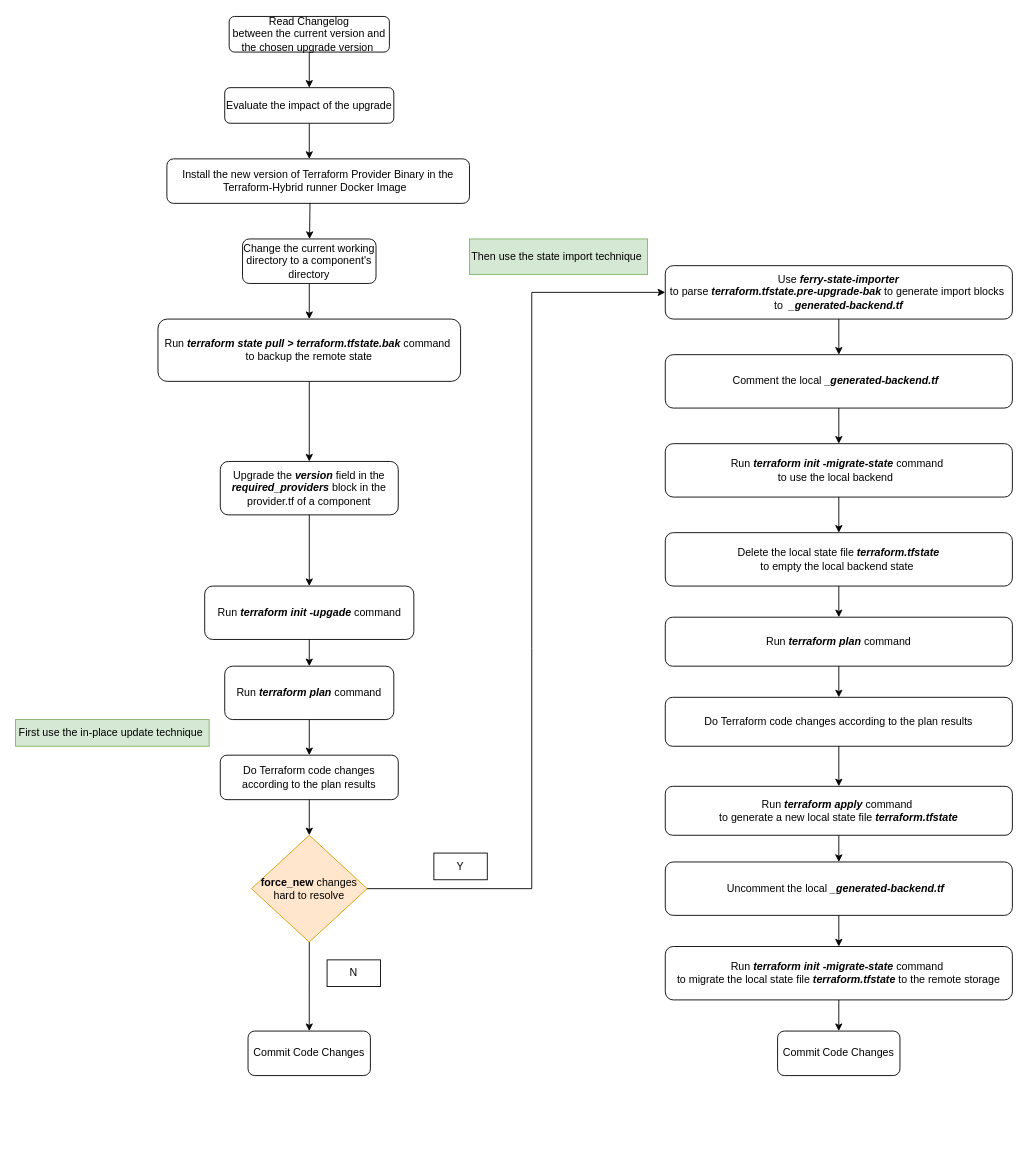
YanshanSong/draw.io keeps this draw.io diagram as page "terraform-providers-upgrade-steps" (4 of 4) of terraform-version-chosen-strategy.drawio. Above is the earlier version. Source tidied: cells renumbered, new cells numbered last; positions are measured from the earlier drawing's top-left corner, leaving out a move shared by most shapes. Both pictures are drawn from the tidied source at 89%, with x=0, y=0 at pixel (15, 16).
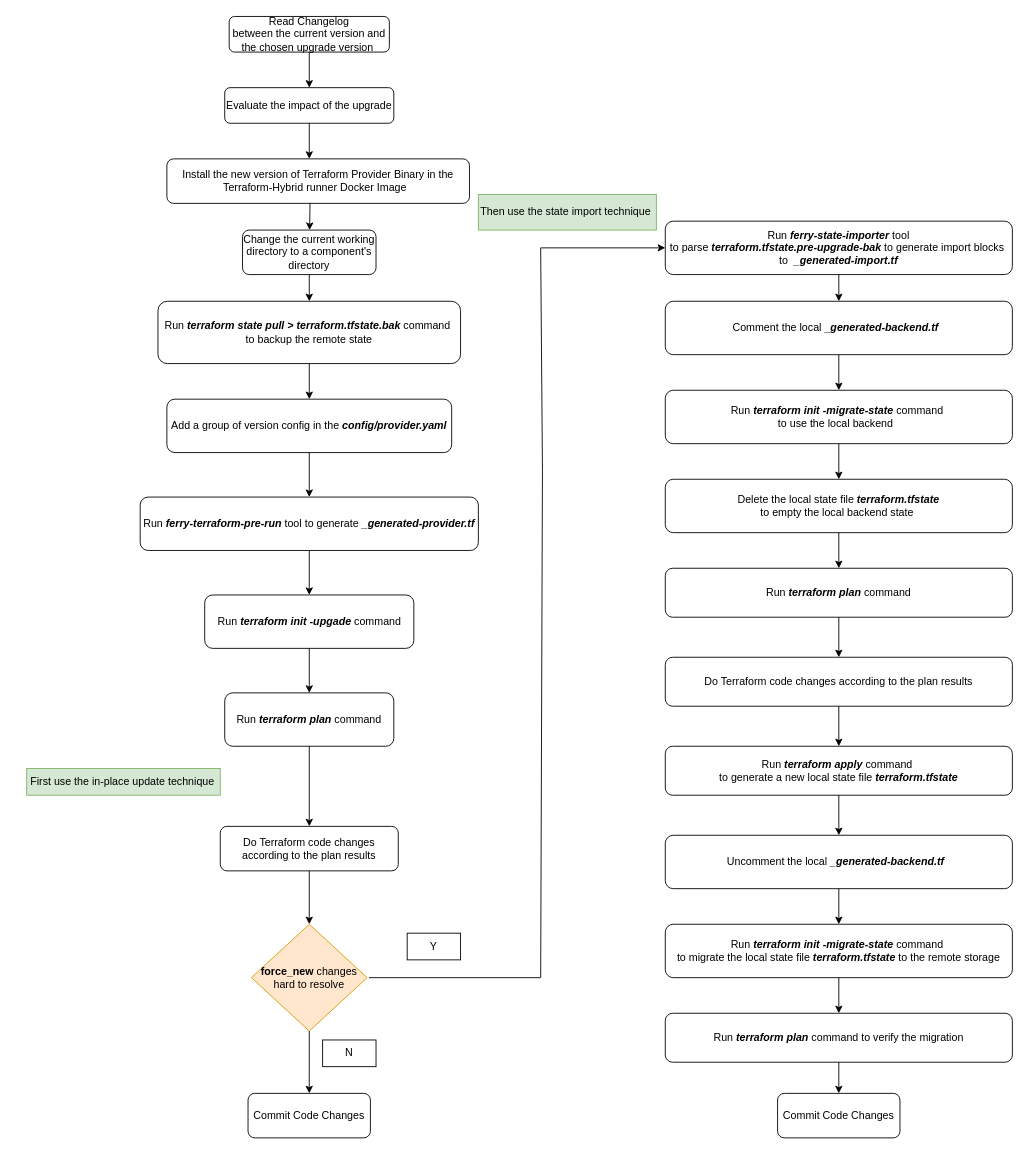
The same diagram, later.

The edit, as a diff of the source:
```diff
@@
-    <mxCell id="4" value="Upgrade the &lt;b&gt;&lt;i&gt;version&lt;/i&gt;&lt;/b&gt;&amp;nbsp;field in the &lt;b&gt;&lt;i&gt;required_providers&lt;/i&gt;&lt;/b&gt; block in the provider.tf of a component" style="rounded=1;whiteSpace=wrap;html=1;" parent="1" vertex="1">
-      <mxGeometry x="230" y="500" width="200" height="60" as="geometry" />
-    </mxCell>
     <mxCell id="5" value="Run &lt;b&gt;&lt;i&gt;terraform plan&lt;/i&gt;&lt;/b&gt; command" style="rounded=1;whiteSpace=wrap;html=1;" parent="1" vertex="1">
-      <mxGeometry x="235" y="730" width="190" height="60" as="geometry" />
+      <mxGeometry x="235" y="760" width="190" height="60" as="geometry" />
     </mxCell>
     <mxCell id="6" value="&lt;b&gt;force_new&lt;/b&gt; changes&lt;div&gt;hard to resolve&lt;/div&gt;" style="rhombus;whiteSpace=wrap;html=1;fillColor=#ffe6cc;strokeColor=#d79b00;" parent="1" vertex="1">
-      <mxGeometry x="265" y="920" width="130" height="120" as="geometry" />
+      <mxGeometry x="265" y="1020" width="130" height="120" as="geometry" />
     </mxCell>
     <mxCell id="7" value="Run &lt;b&gt;&lt;i&gt;terraform init -upgade&lt;/i&gt;&lt;/b&gt;&amp;nbsp;command" style="rounded=1;whiteSpace=wrap;html=1;" parent="1" vertex="1">
-      <mxGeometry x="212.5" y="640" width="235" height="60" as="geometry" />
+      <mxGeometry x="212.5" y="650" width="235" height="60" as="geometry" />
     </mxCell>
     <mxCell id="8" value="Run &lt;i style=&quot;font-weight: bold;&quot;&gt;terraform state pull &amp;gt;&amp;nbsp;terraform.tfstate.bak&amp;nbsp;&lt;/i&gt;command&amp;nbsp;&lt;div&gt;to backup the remote state&lt;/div&gt;" style="rounded=1;whiteSpace=wrap;html=1;" parent="1" vertex="1">
-      <mxGeometry x="160" y="340" width="340" height="70" as="geometry" />
+      <mxGeometry x="160" y="320" width="340" height="70" as="geometry" />
     </mxCell>
     <mxCell id="9" value="Change the current working directory to a component's directory" style="rounded=1;whiteSpace=wrap;html=1;" parent="1" vertex="1">
-      <mxGeometry x="255" y="250" width="150" height="50" as="geometry" />
+      <mxGeometry x="255" y="240" width="150" height="50" as="geometry" />
     </mxCell>
     <mxCell id="10" value="Do Terraform code changes according to the plan results" style="rounded=1;whiteSpace=wrap;html=1;" parent="1" vertex="1">
-      <mxGeometry x="230" y="830" width="200" height="50" as="geometry" />
+      <mxGeometry x="230" y="910" width="200" height="50" as="geometry" />
     </mxCell>
     <mxCell id="11" value="Commit Code Changes" style="rounded=1;whiteSpace=wrap;html=1;" parent="1" vertex="1">
-      <mxGeometry x="261.2" y="1140" width="137.5" height="50" as="geometry" />
+      <mxGeometry x="261.2" y="1210" width="137.5" height="50" as="geometry" />
     </mxCell>
     <mxCell id="12" value="Comment the local&amp;nbsp;&lt;b&gt;&lt;i&gt;_generated-backend.tf &lt;/i&gt;&lt;/b&gt;&amp;nbsp;" style="rounded=1;whiteSpace=wrap;html=1;" parent="1" vertex="1">
-      <mxGeometry x="730" y="380" width="390" height="60" as="geometry" />
+      <mxGeometry x="730" y="320" width="390" height="60" as="geometry" />
     </mxCell>
@@
     <mxCell id="14" value="N" style="text;html=1;align=center;verticalAlign=middle;whiteSpace=wrap;rounded=0;fillColor=none;strokeColor=default;" parent="1" vertex="1">
-      <mxGeometry x="350" y="1060" width="60" height="30" as="geometry" />
+      <mxGeometry x="345" y="1150" width="60" height="30" as="geometry" />
     </mxCell>
-    <mxCell id="15" style="endArrow=classic;html=1;rounded=0;exitX=1;exitY=0.5;exitDx=0;exitDy=0;entryX=0;entryY=0.5;entryDx=0;entryDy=0;" parent="1" edge="1" source="6" target="20">
+    <mxCell id="15" style="endArrow=classic;html=1;rounded=0;exitX=1;exitY=0.5;exitDx=0;exitDy=0;entryX=0;entryY=0.5;entryDx=0;entryDy=0;" parent="1" edge="1" target="20">
       <mxGeometry relative="1" as="geometry">
+        <mxPoint x="397" y="1080" as="sourcePoint" />
         <Array as="points">
-          <mxPoint x="580" y="980" />
-          <mxPoint x="580" y="710" />
-          <mxPoint x="580" y="310" />
+          <mxPoint x="590" y="1080" />
+          <mxPoint x="592" y="510" />
+          <mxPoint x="590" y="260" />
         </Array>
       </mxGeometry>
     </mxCell>
     <mxCell id="16" value="Y" style="text;html=1;align=center;verticalAlign=middle;whiteSpace=wrap;rounded=0;fillColor=none;strokeColor=default;" parent="1" vertex="1">
-      <mxGeometry x="470" y="940" width="60" height="30" as="geometry" />
+      <mxGeometry x="440" y="1030" width="60" height="30" as="geometry" />
     </mxCell>
     <mxCell id="17" value="Then use the state import technique&amp;nbsp;" style="text;html=1;align=center;verticalAlign=middle;whiteSpace=wrap;rounded=0;strokeColor=#82b366;fillColor=#d5e8d4;" parent="1" vertex="1">
-      <mxGeometry x="510" y="250" width="200" height="40" as="geometry" />
+      <mxGeometry x="520" y="200" width="200" height="40" as="geometry" />
     </mxCell>
     <mxCell id="18" value="Run &lt;i style=&quot;font-weight: bold;&quot;&gt;terraform init&amp;nbsp;-migrate-state &lt;/i&gt;command&amp;nbsp;&lt;div&gt;to use the local backend&amp;nbsp;&amp;nbsp;&lt;/div&gt;" style="rounded=1;whiteSpace=wrap;html=1;" parent="1" vertex="1">
-      <mxGeometry x="730" y="480" width="390" height="60" as="geometry" />
+      <mxGeometry x="730" y="420" width="390" height="60" as="geometry" />
     </mxCell>
     <mxCell id="19" value="Delete the local state file&amp;nbsp;&lt;i style=&quot;font-weight: bold;&quot;&gt;terraform.tfstate&lt;/i&gt;&lt;div&gt;to empty the local backend state&lt;i style=&quot;font-weight: bold;&quot;&gt;&amp;nbsp;&lt;/i&gt;&lt;/div&gt;" style="rounded=1;whiteSpace=wrap;html=1;" parent="1" vertex="1">
-      <mxGeometry x="730" y="580" width="390" height="60" as="geometry" />
+      <mxGeometry x="730" y="520" width="390" height="60" as="geometry" />
     </mxCell>
-    <mxCell id="20" value="Use&amp;nbsp;&lt;i style=&quot;font-weight: bold;&quot;&gt;ferry-state-importer&lt;/i&gt;&lt;div&gt;to parse&amp;nbsp;&lt;i style=&quot;font-weight: bold;&quot;&gt;terraform.tfstate.pre-upgrade-bak&lt;/i&gt;&amp;nbsp;to generate import blocks&amp;nbsp;&lt;div&gt;to&amp;nbsp;&amp;nbsp;&lt;b&gt;&lt;i&gt;_generated-backend.tf&lt;/i&gt;&lt;/b&gt;&lt;/div&gt;&lt;/div&gt;" style="rounded=1;whiteSpace=wrap;html=1;" parent="1" vertex="1">
-      <mxGeometry x="730" y="280" width="390" height="60" as="geometry" />
+    <mxCell id="20" value="Run&amp;nbsp;&lt;i style=&quot;font-weight: bold;&quot;&gt;ferry-state-importer &lt;/i&gt;tool&lt;div&gt;to parse&amp;nbsp;&lt;i style=&quot;font-weight: bold;&quot;&gt;terraform.tfstate.pre-upgrade-bak&lt;/i&gt;&amp;nbsp;to generate import blocks&amp;nbsp;&lt;div&gt;to&amp;nbsp;&amp;nbsp;&lt;b&gt;&lt;i&gt;_generated-import.tf&lt;/i&gt;&lt;/b&gt;&lt;/div&gt;&lt;/div&gt;" style="rounded=1;whiteSpace=wrap;html=1;" parent="1" vertex="1">
+      <mxGeometry x="730" y="230" width="390" height="60" as="geometry" />
     </mxCell>
     <mxCell id="21" value="First use the in-place update technique&amp;nbsp;" style="text;html=1;align=center;verticalAlign=middle;whiteSpace=wrap;rounded=0;strokeColor=#82b366;fillColor=#d5e8d4;" parent="1" vertex="1">
-      <mxGeometry y="790" width="217.5" height="30" as="geometry" />
+      <mxGeometry x="12.5" y="845" width="217.5" height="30" as="geometry" />
     </mxCell>
     <mxCell id="22" value="&lt;div&gt;Run &lt;b&gt;&lt;i&gt;terraform plan&amp;nbsp;&lt;/i&gt;&lt;/b&gt;command&lt;/div&gt;" style="rounded=1;whiteSpace=wrap;html=1;" parent="1" vertex="1">
-      <mxGeometry x="730" y="675" width="390" height="55" as="geometry" />
+      <mxGeometry x="730" y="620" width="390" height="55" as="geometry" />
     </mxCell>
     <mxCell id="23" value="Uncomment the local&amp;nbsp;&lt;b&gt;&lt;i&gt;_generated-backend.tf&amp;nbsp;&lt;/i&gt;&lt;/b&gt;&amp;nbsp;" style="rounded=1;whiteSpace=wrap;html=1;" parent="1" vertex="1">
-      <mxGeometry x="730" y="950" width="390" height="60" as="geometry" />
+      <mxGeometry x="730" y="920" width="390" height="60" as="geometry" />
     </mxCell>
     <mxCell id="24" value="Run &lt;i style=&quot;font-weight: bold;&quot;&gt;terraform init&amp;nbsp;-migrate-state &lt;/i&gt;command&amp;nbsp;&lt;div&gt;to migrate the local state file&amp;nbsp;&lt;span style=&quot;background-color: initial;&quot;&gt;&lt;i style=&quot;font-weight: bold;&quot;&gt;terraform.tfstate &lt;/i&gt;to the remote storage&lt;/span&gt;&lt;/div&gt;" style="rounded=1;whiteSpace=wrap;html=1;" parent="1" vertex="1">
-      <mxGeometry x="730" y="1045" width="390" height="60" as="geometry" />
+      <mxGeometry x="730" y="1020" width="390" height="60" as="geometry" />
     </mxCell>
     <mxCell id="25" value="Commit Code Changes" style="rounded=1;whiteSpace=wrap;html=1;" parent="1" vertex="1">
-      <mxGeometry x="856.2" y="1140" width="137.5" height="50" as="geometry" />
+      <mxGeometry x="856.2" y="1210" width="137.5" height="50" as="geometry" />
     </mxCell>
@@
-    <mxCell id="30" style="endArrow=classic;html=1;rounded=0;exitX=0.5;exitY=1;exitDx=0;exitDy=0;entryX=0.5;entryY=0;entryDx=0;entryDy=0;" parent="1" edge="1" source="24" target="25">
-      <mxGeometry relative="1" as="geometry" />
-    </mxCell>
     <mxCell id="31" value="&lt;div&gt;Run &lt;b&gt;&lt;i&gt;terraform apply&lt;/i&gt;&lt;/b&gt; command&amp;nbsp;&lt;/div&gt;&lt;div&gt;to generate a new local state file&amp;nbsp;&lt;b&gt;&lt;i&gt;terraform.tfstate&lt;/i&gt;&lt;/b&gt;&lt;/div&gt;" style="rounded=1;whiteSpace=wrap;html=1;" parent="1" vertex="1">
-      <mxGeometry x="730" y="865" width="390" height="55" as="geometry" />
+      <mxGeometry x="730" y="820" width="390" height="55" as="geometry" />
     </mxCell>
     <mxCell id="32" value="Do Terraform code changes according to the plan results" style="rounded=1;whiteSpace=wrap;html=1;" parent="1" vertex="1">
-      <mxGeometry x="730" y="765" width="390" height="55" as="geometry" />
+      <mxGeometry x="730" y="720" width="390" height="55" as="geometry" />
     </mxCell>
@@
-    <mxCell id="36" style="endArrow=classic;html=1;rounded=0;exitX=0.5;exitY=1;exitDx=0;exitDy=0;" parent="1" edge="1" source="8" target="4">
-      <mxGeometry relative="1" as="geometry" />
-    </mxCell>
@@
-    <mxCell id="40" style="endArrow=classic;html=1;rounded=0;exitX=0.5;exitY=1;exitDx=0;exitDy=0;entryX=0.5;entryY=0;entryDx=0;entryDy=0;" parent="1" edge="1" source="4" target="7">
-      <mxGeometry relative="1" as="geometry" />
-    </mxCell>
@@
+    <mxCell id="47" value="Add a group of version config in the &lt;b&gt;&lt;i&gt;config/provider.yaml&lt;/i&gt;&lt;/b&gt;" style="rounded=1;whiteSpace=wrap;html=1;" parent="1" vertex="1">
+      <mxGeometry x="170" y="430" width="320" height="60" as="geometry" />
+    </mxCell>
+    <mxCell id="48" value="Run&amp;nbsp;&lt;i style=&quot;font-weight: bold;&quot;&gt;ferry-terraform-pre-run &lt;/i&gt;tool&lt;i style=&quot;font-weight: bold;&quot;&gt;&amp;nbsp;&lt;/i&gt;to generate &lt;b&gt;&lt;i&gt;_generated-provider.tf&lt;/i&gt;&lt;/b&gt;" style="rounded=1;whiteSpace=wrap;html=1;" parent="1" vertex="1">
+      <mxGeometry x="140" y="540" width="380" height="60" as="geometry" />
+    </mxCell>
+    <mxCell id="49" value="Run &lt;b&gt;&lt;i&gt;terraform plan&lt;/i&gt;&lt;/b&gt;&amp;nbsp;command to verify the migration" style="rounded=1;whiteSpace=wrap;html=1;" parent="1" vertex="1">
+      <mxGeometry x="730" y="1120" width="390" height="55" as="geometry" />
+    </mxCell>
+    <mxCell id="50" style="endArrow=classic;html=1;rounded=0;exitX=0.5;exitY=1;exitDx=0;exitDy=0;" parent="1" edge="1" source="8" target="47">
+      <mxGeometry relative="1" as="geometry" />
+    </mxCell>
+    <mxCell id="51" style="endArrow=classic;html=1;rounded=0;exitX=0.5;exitY=1;exitDx=0;exitDy=0;entryX=0.5;entryY=0;entryDx=0;entryDy=0;" parent="1" edge="1" source="47" target="48">
+      <mxGeometry relative="1" as="geometry" />
+    </mxCell>
+    <mxCell id="52" style="endArrow=classic;html=1;rounded=0;exitX=0.5;exitY=1;exitDx=0;exitDy=0;" parent="1" edge="1" source="48" target="7">
+      <mxGeometry relative="1" as="geometry" />
+    </mxCell>
+    <mxCell id="53" style="endArrow=classic;html=1;rounded=0;exitX=0.5;exitY=1;exitDx=0;exitDy=0;entryX=0.5;entryY=0;entryDx=0;entryDy=0;" parent="1" edge="1" source="24" target="49">
+      <mxGeometry relative="1" as="geometry" />
+    </mxCell>
+    <mxCell id="54" style="endArrow=classic;html=1;rounded=0;exitX=0.5;exitY=1;exitDx=0;exitDy=0;" parent="1" edge="1" source="49" target="25">
+      <mxGeometry relative="1" as="geometry" />
+    </mxCell>
```
